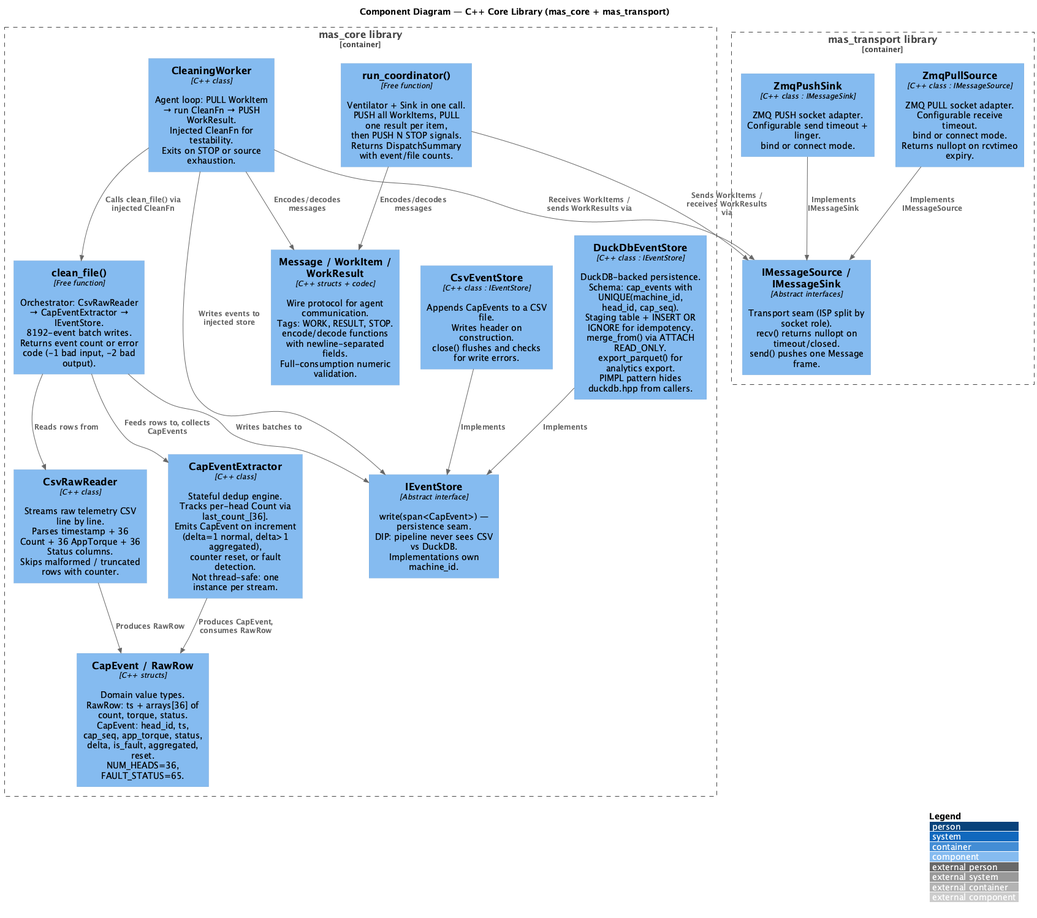
Giuseppeclv008/QuerProjectQ3 keeps this PlantUML diagram as docs/diagrams/C4_Component.png. Above is the earlier version. Source of this version:
```plantuml
@startuml C4_Component
!include https://raw.githubusercontent.com/plantuml-stdlib/C4-PlantUML/master/C4_Component.puml

LAYOUT_WITH_LEGEND()
title Component Diagram — C++ Core Library (mas_core + mas_transport)

Container_Boundary(core, "mas_core library") {

    Component(csv_reader, "CsvRawReader", "C++ class", "Streams raw telemetry CSV line by line.\nParses timestamp + 36 Count + 36 AppTorque + 36 Status columns.\nSkips malformed / truncated rows with counter.")

    Component(extractor, "CapEventExtractor", "C++ class", "Stateful dedup engine.\nTracks per-head Count via last_count_[36].\nEmits CapEvent on increment (delta=1 normal, delta>1 aggregated),\ncounter reset, or fault detection.\nNot thread-safe: one instance per stream.")

    Component(pipeline, "clean_file()", "Free function", "Orchestrator: CsvRawReader → CapEventExtractor → IEventStore.\n8192-event batch writes.\nReturns event count or error code (-1 bad input, -2 bad output).")

    Component(event_store_if, "IEventStore", "Abstract interface", "write(span<CapEvent>) — persistence seam.\nDIP: pipeline never sees CSV vs DuckDB.\nImplementations own machine_id.")

    Component(csv_store, "CsvEventStore", "C++ class : IEventStore", "Appends CapEvents to a CSV file.\nWrites header on construction.\nclose() flushes and checks for write errors.")

    Component(duckdb_store, "DuckDbEventStore", "C++ class : IEventStore", "DuckDB-backed persistence.\nSchema: cap_events with UNIQUE(machine_id, head_id, cap_seq).\nStaging table + INSERT OR IGNORE for idempotency.\nmerge_from() via ATTACH READ_ONLY.\nexport_parquet() for analytics export.\nPIMPL pattern hides duckdb.hpp from callers.")

    Component(cap_event, "CapEvent / RawRow", "C++ structs", "Domain value types.\nRawRow: ts + arrays[36] of count, torque, status.\nCapEvent: head_id, ts, cap_seq, app_torque, status,\ndelta, is_fault, aggregated, reset.\nNUM_HEADS=36, FAULT_STATUS=65.")

    Component(message, "Message / WorkItem / WorkResult", "C++ structs + codec", "Wire protocol for agent communication.\nTags: WORK, RESULT, STOP.\nencode/decode functions with newline-separated fields.\nFull-consumption numeric validation.")

    Component(worker, "CleaningWorker", "C++ class", "Agent loop: PULL WorkItem → run CleanFn → PUSH WorkResult.\nInjected CleanFn for testability.\nExits on STOP or source exhaustion.")

    Component(coordinator, "run_coordinator()", "Free function", "Ventilator + Sink in one call.\nPUSH all WorkItems, PULL one result per item,\nthen PUSH N STOP signals.\nReturns DispatchSummary with event/file counts.")
}

Container_Boundary(transport_lib, "mas_transport library") {

    Component(transport_if, "IMessageSource / IMessageSink", "Abstract interfaces", "Transport seam (ISP split by socket role).\nrecv() returns nullopt on timeout/closed.\nsend() pushes one Message frame.")

    Component(zmq_push, "ZmqPushSink", "C++ class : IMessageSink", "ZMQ PUSH socket adapter.\nConfigurable send timeout + linger.\nbind or connect mode.")

    Component(zmq_pull, "ZmqPullSource", "C++ class : IMessageSource", "ZMQ PULL socket adapter.\nConfigurable receive timeout.\nbind or connect mode.\nReturns nullopt on rcvtimeo expiry.")
}

Rel(pipeline, csv_reader, "Reads rows from")
Rel(pipeline, extractor, "Feeds rows to, collects CapEvents")
Rel(pipeline, event_store_if, "Writes batches to")
Rel(csv_store, event_store_if, "Implements")
Rel(duckdb_store, event_store_if, "Implements")
Rel(extractor, cap_event, "Produces CapEvent, consumes RawRow")
Rel(csv_reader, cap_event, "Produces RawRow")
Rel(worker, transport_if, "Receives WorkItems / sends WorkResults via")
Rel(worker, event_store_if, "Writes events to injected store")
Rel(worker, pipeline, "Calls clean_file() via injected CleanFn")
Rel(coordinator, transport_if, "Sends WorkItems / receives WorkResults via")
Rel(coordinator, message, "Encodes/decodes messages")
Rel(worker, message, "Encodes/decodes messages")
Rel(zmq_push, transport_if, "Implements IMessageSink")
Rel(zmq_pull, transport_if, "Implements IMessageSource")

@enduml
```
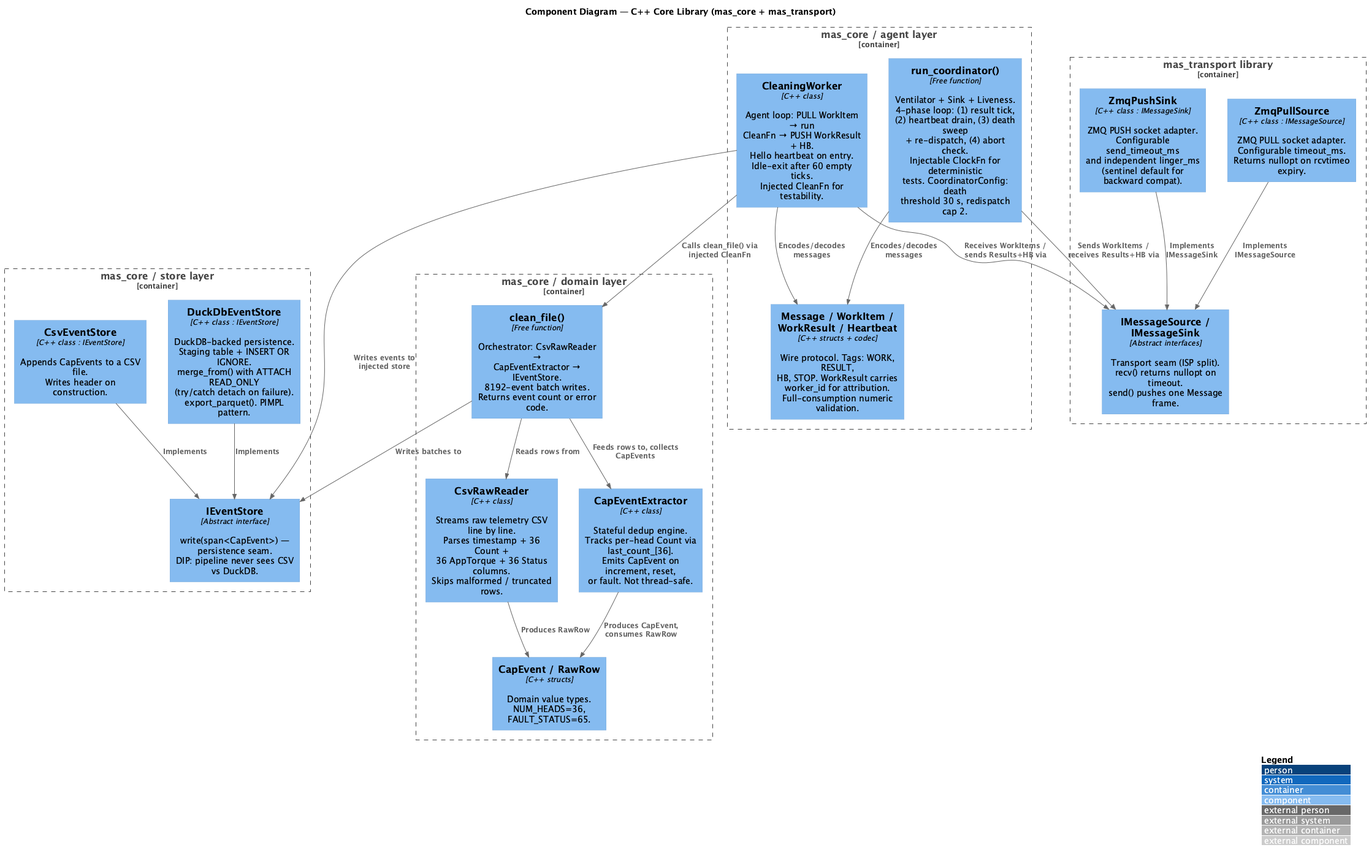
Above is the later version.

Commit message:
docs: refresh README and C4 diagrams for the 4-layer core, monolith, and resilience work

Change to the diagram source:
```diff
@@ -4,36 +4,42 @@
 LAYOUT_WITH_LEGEND()
 title Component Diagram — C++ Core Library (mas_core + mas_transport)
 
-Container_Boundary(core, "mas_core library") {
+Container_Boundary(domain, "mas_core / domain layer") {
 
-    Component(csv_reader, "CsvRawReader", "C++ class", "Streams raw telemetry CSV line by line.\nParses timestamp + 36 Count + 36 AppTorque + 36 Status columns.\nSkips malformed / truncated rows with counter.")
+    Component(csv_reader, "CsvRawReader", "C++ class", "Streams raw telemetry CSV line by line.\nParses timestamp + 36 Count +\n36 AppTorque + 36 Status columns.\nSkips malformed / truncated rows.")
 
-    Component(extractor, "CapEventExtractor", "C++ class", "Stateful dedup engine.\nTracks per-head Count via last_count_[36].\nEmits CapEvent on increment (delta=1 normal, delta>1 aggregated),\ncounter reset, or fault detection.\nNot thread-safe: one instance per stream.")
+    Component(extractor, "CapEventExtractor", "C++ class", "Stateful dedup engine.\nTracks per-head Count via last_count_[36].\nEmits CapEvent on increment, reset,\nor fault. Not thread-safe.")
 
-    Component(pipeline, "clean_file()", "Free function", "Orchestrator: CsvRawReader → CapEventExtractor → IEventStore.\n8192-event batch writes.\nReturns event count or error code (-1 bad input, -2 bad output).")
+    Component(pipeline, "clean_file()", "Free function", "Orchestrator: CsvRawReader →\nCapEventExtractor → IEventStore.\n8192-event batch writes.\nReturns event count or error code.")
 
-    Component(event_store_if, "IEventStore", "Abstract interface", "write(span<CapEvent>) — persistence seam.\nDIP: pipeline never sees CSV vs DuckDB.\nImplementations own machine_id.")
+    Component(cap_event, "CapEvent / RawRow", "C++ structs", "Domain value types.\nNUM_HEADS=36, FAULT_STATUS=65.")
+}
 
-    Component(csv_store, "CsvEventStore", "C++ class : IEventStore", "Appends CapEvents to a CSV file.\nWrites header on construction.\nclose() flushes and checks for write errors.")
+Container_Boundary(store, "mas_core / store layer") {
 
-    Component(duckdb_store, "DuckDbEventStore", "C++ class : IEventStore", "DuckDB-backed persistence.\nSchema: cap_events with UNIQUE(machine_id, head_id, cap_seq).\nStaging table + INSERT OR IGNORE for idempotency.\nmerge_from() via ATTACH READ_ONLY.\nexport_parquet() for analytics export.\nPIMPL pattern hides duckdb.hpp from callers.")
+    Component(event_store_if, "IEventStore", "Abstract interface", "write(span<CapEvent>) — persistence seam.\nDIP: pipeline never sees CSV vs DuckDB.")
 
-    Component(cap_event, "CapEvent / RawRow", "C++ structs", "Domain value types.\nRawRow: ts + arrays[36] of count, torque, status.\nCapEvent: head_id, ts, cap_seq, app_torque, status,\ndelta, is_fault, aggregated, reset.\nNUM_HEADS=36, FAULT_STATUS=65.")
+    Component(csv_store, "CsvEventStore", "C++ class : IEventStore", "Appends CapEvents to a CSV file.\nWrites header on construction.")
 
-    Component(message, "Message / WorkItem / WorkResult", "C++ structs + codec", "Wire protocol for agent communication.\nTags: WORK, RESULT, STOP.\nencode/decode functions with newline-separated fields.\nFull-consumption numeric validation.")
+    Component(duckdb_store, "DuckDbEventStore", "C++ class : IEventStore", "DuckDB-backed persistence.\nStaging table + INSERT OR IGNORE.\nmerge_from() with ATTACH READ_ONLY\n(try/catch detach on failure).\nexport_parquet(). PIMPL pattern.")
+}
 
-    Component(worker, "CleaningWorker", "C++ class", "Agent loop: PULL WorkItem → run CleanFn → PUSH WorkResult.\nInjected CleanFn for testability.\nExits on STOP or source exhaustion.")
+Container_Boundary(agent, "mas_core / agent layer") {
 
-    Component(coordinator, "run_coordinator()", "Free function", "Ventilator + Sink in one call.\nPUSH all WorkItems, PULL one result per item,\nthen PUSH N STOP signals.\nReturns DispatchSummary with event/file counts.")
+    Component(message, "Message / WorkItem /\nWorkResult / Heartbeat", "C++ structs + codec", "Wire protocol. Tags: WORK, RESULT,\nHB, STOP. WorkResult carries\nworker_id for attribution.\nFull-consumption numeric validation.")
+
+    Component(worker, "CleaningWorker", "C++ class", "Agent loop: PULL WorkItem → run\nCleanFn → PUSH WorkResult + HB.\nHello heartbeat on entry.\nIdle-exit after 60 empty ticks.\nInjected CleanFn for testability.")
+
+    Component(coordinator, "run_coordinator()", "Free function", "Ventilator + Sink + Liveness.\n4-phase loop: (1) result tick,\n(2) heartbeat drain, (3) death sweep\n+ re-dispatch, (4) abort check.\nInjectable ClockFn for deterministic\ntests. CoordinatorConfig: death\nthreshold 30 s, redispatch cap 2.")
 }
 
 Container_Boundary(transport_lib, "mas_transport library") {
 
-    Component(transport_if, "IMessageSource / IMessageSink", "Abstract interfaces", "Transport seam (ISP split by socket role).\nrecv() returns nullopt on timeout/closed.\nsend() pushes one Message frame.")
+    Component(transport_if, "IMessageSource / IMessageSink", "Abstract interfaces", "Transport seam (ISP split).\nrecv() returns nullopt on timeout.\nsend() pushes one Message frame.")
 
-    Component(zmq_push, "ZmqPushSink", "C++ class : IMessageSink", "ZMQ PUSH socket adapter.\nConfigurable send timeout + linger.\nbind or connect mode.")
+    Component(zmq_push, "ZmqPushSink", "C++ class : IMessageSink", "ZMQ PUSH socket adapter.\nConfigurable send_timeout_ms\nand independent linger_ms\n(sentinel default for backward compat).")
 
-    Component(zmq_pull, "ZmqPullSource", "C++ class : IMessageSource", "ZMQ PULL socket adapter.\nConfigurable receive timeout.\nbind or connect mode.\nReturns nullopt on rcvtimeo expiry.")
+    Component(zmq_pull, "ZmqPullSource", "C++ class : IMessageSource", "ZMQ PULL socket adapter.\nConfigurable timeout_ms.\nReturns nullopt on rcvtimeo expiry.")
 }
 
 Rel(pipeline, csv_reader, "Reads rows from")
@@ -43,10 +49,10 @@
 Rel(duckdb_store, event_store_if, "Implements")
 Rel(extractor, cap_event, "Produces CapEvent, consumes RawRow")
 Rel(csv_reader, cap_event, "Produces RawRow")
-Rel(worker, transport_if, "Receives WorkItems / sends WorkResults via")
+Rel(worker, transport_if, "Receives WorkItems / sends Results+HB via")
 Rel(worker, event_store_if, "Writes events to injected store")
 Rel(worker, pipeline, "Calls clean_file() via injected CleanFn")
-Rel(coordinator, transport_if, "Sends WorkItems / receives WorkResults via")
+Rel(coordinator, transport_if, "Sends WorkItems / receives Results+HB via")
 Rel(coordinator, message, "Encodes/decodes messages")
 Rel(worker, message, "Encodes/decodes messages")
 Rel(zmq_push, transport_if, "Implements IMessageSink")
```
